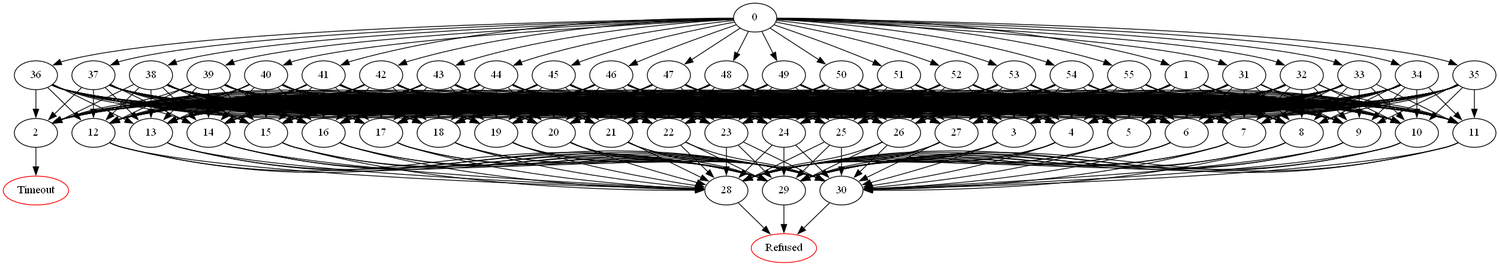
The Graphviz diagram DomainPicture/ooueeaqciblv.baoye.comdirected_graph.png in Asikl/MazeMapper, before a commit. Its source is kept beside it as DomainPicture/ooueeaqciblv.baoye.comdirected_graph.dot.
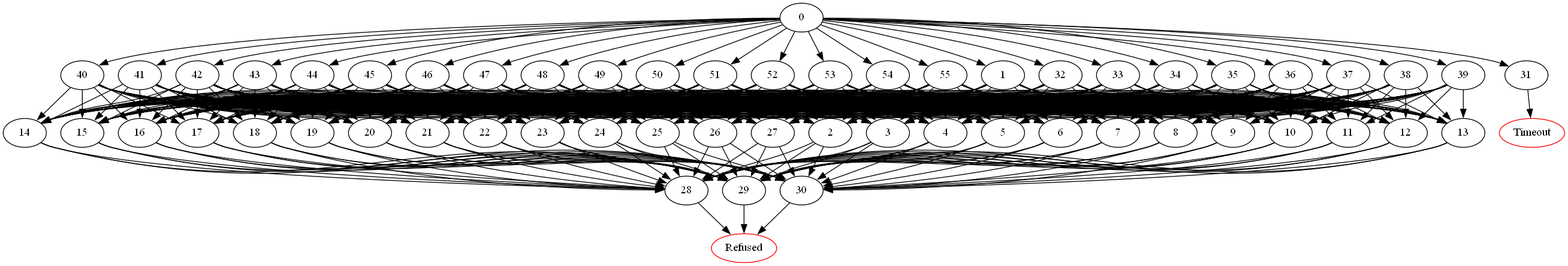
The same diagram one commit later.

Change to the diagram source:
```diff
@@ -51,8 +51,9 @@
 	1 -> 25;
 	1 -> 26;
 	1 -> 27;
-	2 -> "Timeout";
-Timeout [color=red];
+	2 -> 28;
+	2 -> 29;
+	2 -> 30;
 	3 -> 28;
 	3 -> 29;
 	3 -> 30;
@@ -134,32 +135,8 @@
 Refused [color=red];
 	30 -> "Refused";
 Refused [color=red];
-	31 -> 2;
-	31 -> 3;
-	31 -> 4;
-	31 -> 5;
-	31 -> 6;
-	31 -> 7;
-	31 -> 8;
-	31 -> 9;
-	31 -> 10;
-	31 -> 11;
-	31 -> 12;
-	31 -> 13;
-	31 -> 14;
-	31 -> 15;
-	31 -> 16;
-	31 -> 17;
-	31 -> 18;
-	31 -> 19;
-	31 -> 20;
-	31 -> 21;
-	31 -> 22;
-	31 -> 23;
-	31 -> 24;
-	31 -> 25;
-	31 -> 26;
-	31 -> 27;
+	31 -> "Timeout";
+Timeout [color=red];
 	32 -> 2;
 	32 -> 3;
 	32 -> 4;
```
